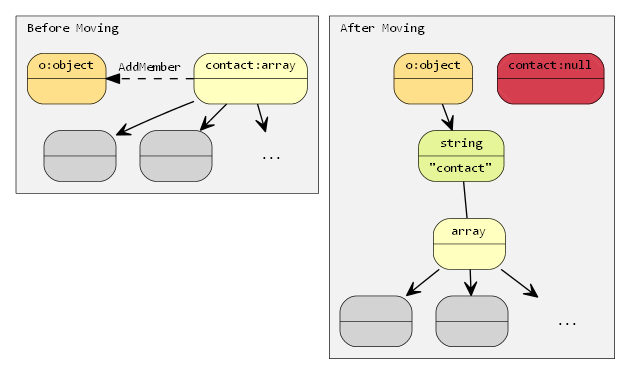
This is doc/diagram/move3.png from nilsbore/roswasm_suite, a Graphviz export, as it was before one commit. Its source is kept beside it as doc/diagram/move3.dot. The source it was exported from:
```dot
digraph {
	compound=true
	fontname="Inconsolata, Consolas"
	fontsize=10
	margin="0,0"
	ranksep=0.2
	penwidth=0.5
	forcelabels=true

	node [fontname="Inconsolata, Consolas", fontsize=10, penwidth=0.5]
	edge [fontname="Inconsolata, Consolas", fontsize=10, arrowhead=normal]

	subgraph cluster1 {
		margin="10,10"
		labeljust="left"
		label = "Before Moving"
		style=filled
		fillcolor=gray95

		node [shape=Mrecord, style=filled, colorscheme=spectral7]

		c1 [label="{contact:array|}", fillcolor=4]
		c11 [label="{|}"]
		c12 [label="{|}"]
		c13 [shape=none, label="...", style="none"]
		o1 [label="{o:object|}", fillcolor=3]

		c1 -> o1 [style="dashed", constraint=false, label="AddMember"]

		edge [arrowhead=vee]
		c1 -> { c11; c12; c13 }
	}

	subgraph cluster2 {
		margin="10,10"
		labeljust="left"
		label = "After Moving"
		style=filled
		fillcolor=gray95

		node [shape=Mrecord, style=filled, colorscheme=spectral7]

		rank = same
		c2 [label="{contact:null|}", fillcolor=1]
		c3 [label="{array|}", fillcolor=4]
		c21 [label="{|}"]
		c22 [label="{|}"]
		c23 [shape="none", label="...", style="solid"]
		o2 [label="{o:object|}", fillcolor=3]
		cs [label="{string|\"contact\"}", fillcolor=5]

		edge [arrowhead=vee]
		c3 -> { c21; c22; c23 }
		o2 -> cs
		cs -> c3 [arrowhead=none]
	}
}
```
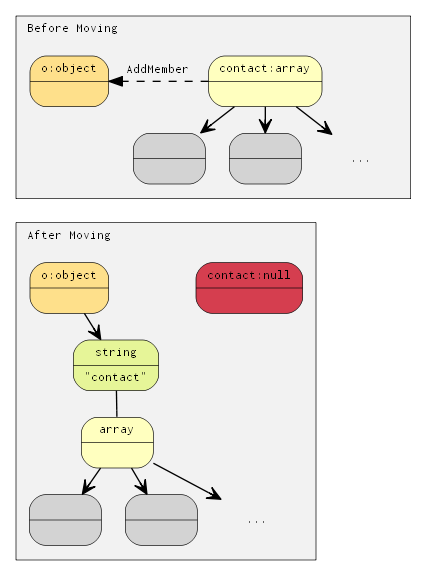
The same file after the commit.

Change to the diagram source:
```diff
@@ -22,13 +22,15 @@
 		c1 [label="{contact:array|}", fillcolor=4]
 		c11 [label="{|}"]
 		c12 [label="{|}"]
-		c13 [shape=none, label="...", style="none"]
+		c13 [shape=none, label="...", style="solid"]
 		o1 [label="{o:object|}", fillcolor=3]
+		ghost [label="{o:object|}", style=invis]
 
 		c1 -> o1 [style="dashed", constraint=false, label="AddMember"]
 
 		edge [arrowhead=vee]
 		c1 -> { c11; c12; c13 }
+		o1 -> ghost [style=invis]
 	}
 
 	subgraph cluster2 {
@@ -40,7 +42,6 @@
 
 		node [shape=Mrecord, style=filled, colorscheme=spectral7]
 
-		rank = same
 		c2 [label="{contact:null|}", fillcolor=1]
 		c3 [label="{array|}", fillcolor=4]
 		c21 [label="{|}"]
@@ -48,10 +49,12 @@
 		c23 [shape="none", label="...", style="solid"]
 		o2 [label="{o:object|}", fillcolor=3]
 		cs [label="{string|\"contact\"}", fillcolor=5]
+		c2 -> o2 [style="dashed", constraint=false, label="AddMember", style=invis]
 
 		edge [arrowhead=vee]
 		c3 -> { c21; c22; c23 }
 		o2 -> cs
 		cs -> c3 [arrowhead=none]
 	}
+	ghost -> o2 [style=invis]
 }
```
